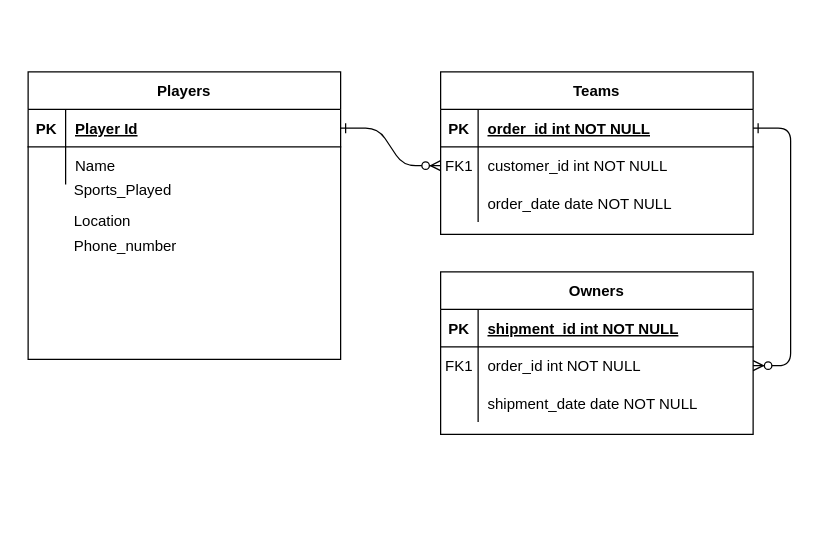
Before: CapstoneERD.drawio in KyWilkinson/CapstoneProject, a draw.io diagram. Source tidied: cells renumbered, new cells numbered last; positions are measured from the earlier drawing's top-left corner, leaving out a move shared by most shapes. Both pictures are drawn from the tidied source at 125%, with x=0, y=0 at pixel (28, 71).
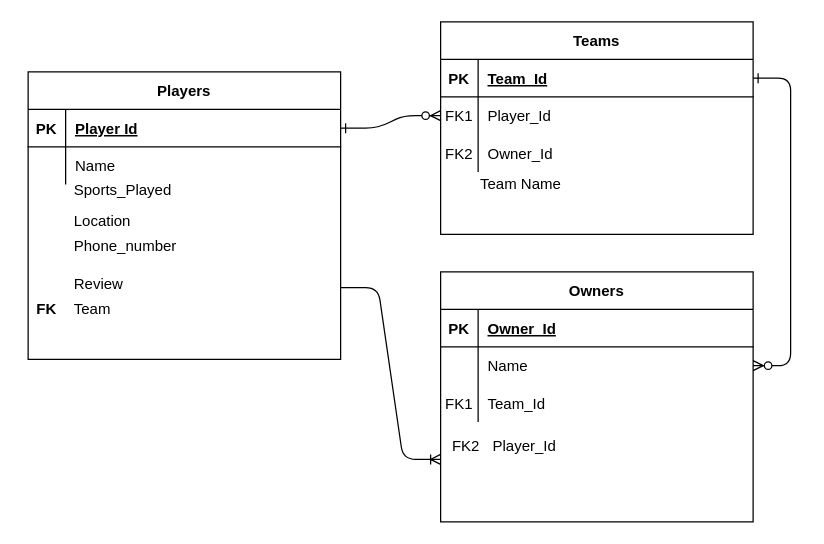
The same diagram, later.

Unchanged cells that the change refers to:
```xml
<mxCell id="5" style="shape=partialRectangle;fillColor=none;points=[[0,0.5],[1,0.5]];portConstraint=eastwest;top=0;left=0;right=0;bottom=1;" parent="4" vertex="1">
  <mxGeometry y="30" width="250" height="30" as="geometry" />
</mxCell>
<mxCell id="8" style="shape=partialRectangle;fillColor=none;points=[[0,0.5],[1,0.5]];portConstraint=eastwest;top=0;left=0;right=0;bottom=0;" parent="4" vertex="1">
  <mxGeometry y="60" width="250" height="30" as="geometry" />
</mxCell>
<mxCell id="11" style="shape=partialRectangle;fillColor=none;top=0;left=0;right=0;bottom=0;" parent="4" vertex="1">
  <mxGeometry y="90" width="250" height="30" as="geometry" />
</mxCell>
<mxCell id="15" style="shape=partialRectangle;fillColor=none;top=0;left=0;right=0;bottom=1;" parent="14" vertex="1">
  <mxGeometry y="30" width="250" height="30" as="geometry" />
</mxCell>
<mxCell id="18" style="shape=partialRectangle;fillColor=none;points=[[0,0.5],[1,0.5]];portConstraint=eastwest;top=0;left=0;right=0;bottom=0;" parent="14" vertex="1">
  <mxGeometry y="60" width="250" height="30" as="geometry" />
</mxCell>
<mxCell id="21" style="shape=partialRectangle;fillColor=none;top=0;left=0;right=0;bottom=0;" parent="14" vertex="1">
  <mxGeometry y="90" width="250" height="30" as="geometry" />
</mxCell>
<mxCell id="24" value="Players" style="shape=table;startSize=30;childLayout=tableLayout;rowLines=0;fontStyle=1;align=center;" parent="1" vertex="1">
  <mxGeometry width="250" height="230" as="geometry" />
</mxCell>
```

Diff of the diagram source:
```diff
@@
     <mxCell id="4" value="Teams" style="shape=table;startSize=30;childLayout=tableLayout;rowLines=0;fontStyle=1;align=center;" parent="1" vertex="1">
-      <mxGeometry x="330" width="250" height="130" as="geometry" />
+      <mxGeometry x="330" y="-40" width="250" height="170" as="geometry" />
     </mxCell>
@@
-    <mxCell id="7" value="order_id int NOT NULL " style="shape=partialRectangle;overflow=hidden;fillColor=none;top=0;left=0;bottom=0;right=0;align=left;spacingLeft=6;fontStyle=5;" parent="5" vertex="1">
+    <mxCell id="7" value="Team_Id" style="shape=partialRectangle;overflow=hidden;fillColor=none;top=0;left=0;bottom=0;right=0;align=left;spacingLeft=6;fontStyle=5;" parent="5" vertex="1">
       <mxGeometry x="30" width="220" height="30" as="geometry" />
     </mxCell>
@@
-    <mxCell id="10" value="customer_id int NOT NULL" style="shape=partialRectangle;overflow=hidden;fillColor=none;top=0;left=0;bottom=0;right=0;align=left;spacingLeft=6;" parent="8" vertex="1">
+    <mxCell id="10" value="Player_Id" style="shape=partialRectangle;overflow=hidden;fillColor=none;top=0;left=0;bottom=0;right=0;align=left;spacingLeft=6;" parent="8" vertex="1">
       <mxGeometry x="30" width="220" height="30" as="geometry" />
     </mxCell>
@@
-    <mxCell id="12" style="shape=partialRectangle;overflow=hidden;fillColor=none;top=0;left=0;bottom=0;right=0;" parent="11" vertex="1">
+    <mxCell id="12" value="FK2" style="shape=partialRectangle;overflow=hidden;fillColor=none;top=0;left=0;bottom=0;right=0;" parent="11" vertex="1">
       <mxGeometry width="30" height="30" as="geometry" />
     </mxCell>
-    <mxCell id="13" value="order_date date NOT NULL" style="shape=partialRectangle;overflow=hidden;fillColor=none;top=0;left=0;bottom=0;right=0;align=left;spacingLeft=6;" parent="11" vertex="1">
+    <mxCell id="13" value="Owner_Id" style="shape=partialRectangle;overflow=hidden;fillColor=none;top=0;left=0;bottom=0;right=0;align=left;spacingLeft=6;" parent="11" vertex="1">
       <mxGeometry x="30" width="220" height="30" as="geometry" />
     </mxCell>
     <mxCell id="14" value="Owners" style="shape=table;startSize=30;childLayout=tableLayout;rowLines=0;fontStyle=1;align=center;" parent="1" vertex="1">
-      <mxGeometry x="330" y="160" width="250" height="130" as="geometry" />
+      <mxGeometry x="330" y="160" width="250" height="200" as="geometry" />
     </mxCell>
@@
-    <mxCell id="17" value="shipment_id int NOT NULL " style="shape=partialRectangle;overflow=hidden;fillColor=none;top=0;left=0;bottom=0;right=0;align=left;spacingLeft=6;fontStyle=5;" parent="15" vertex="1">
+    <mxCell id="17" value="Owner_Id" style="shape=partialRectangle;overflow=hidden;fillColor=none;top=0;left=0;bottom=0;right=0;align=left;spacingLeft=6;fontStyle=5;" parent="15" vertex="1">
       <mxGeometry x="30" width="220" height="30" as="geometry" />
     </mxCell>
@@
-    <mxCell id="19" value="FK1" style="shape=partialRectangle;overflow=hidden;fillColor=none;top=0;left=0;bottom=0;right=0;" parent="18" vertex="1">
+    <mxCell id="19" style="shape=partialRectangle;overflow=hidden;fillColor=none;top=0;left=0;bottom=0;right=0;" parent="18" vertex="1">
       <mxGeometry width="30" height="30" as="geometry" />
     </mxCell>
-    <mxCell id="20" value="order_id int NOT NULL" style="shape=partialRectangle;overflow=hidden;fillColor=none;top=0;left=0;bottom=0;right=0;align=left;spacingLeft=6;" parent="18" vertex="1">
+    <mxCell id="20" value="Name" style="shape=partialRectangle;overflow=hidden;fillColor=none;top=0;left=0;bottom=0;right=0;align=left;spacingLeft=6;" parent="18" vertex="1">
       <mxGeometry x="30" width="220" height="30" as="geometry" />
     </mxCell>
@@
-    <mxCell id="22" style="shape=partialRectangle;overflow=hidden;fillColor=none;top=0;left=0;bottom=0;right=0;" parent="21" vertex="1">
+    <mxCell id="22" value="FK1" style="shape=partialRectangle;overflow=hidden;fillColor=none;top=0;left=0;bottom=0;right=0;" parent="21" vertex="1">
       <mxGeometry width="30" height="30" as="geometry" />
     </mxCell>
-    <mxCell id="23" value="shipment_date date NOT NULL" style="shape=partialRectangle;overflow=hidden;fillColor=none;top=0;left=0;bottom=0;right=0;align=left;spacingLeft=6;" parent="21" vertex="1">
+    <mxCell id="23" value="Team_Id" style="shape=partialRectangle;overflow=hidden;fillColor=none;top=0;left=0;bottom=0;right=0;align=left;spacingLeft=6;" parent="21" vertex="1">
       <mxGeometry x="30" width="220" height="30" as="geometry" />
     </mxCell>
@@
+    <mxCell id="34" value="Review" style="text;html=1;strokeColor=none;fillColor=none;align=left;verticalAlign=middle;whiteSpace=wrap;rounded=0;" parent="1" vertex="1">
+      <mxGeometry x="35" y="160" width="195" height="20" as="geometry" />
+    </mxCell>
+    <mxCell id="35" value="&lt;b&gt;FK&lt;/b&gt;" style="text;html=1;strokeColor=none;fillColor=none;align=center;verticalAlign=middle;whiteSpace=wrap;rounded=0;" parent="1" vertex="1">
+      <mxGeometry x="-5" y="180" width="40" height="20" as="geometry" />
+    </mxCell>
+    <mxCell id="36" value="Team" style="text;html=1;strokeColor=none;fillColor=none;align=left;verticalAlign=middle;whiteSpace=wrap;rounded=0;" parent="1" vertex="1">
+      <mxGeometry x="35" y="180" width="205" height="20" as="geometry" />
+    </mxCell>
+    <mxCell id="37" value="Team Name" style="text;html=1;strokeColor=none;fillColor=none;align=left;verticalAlign=middle;whiteSpace=wrap;rounded=0;" parent="1" vertex="1">
+      <mxGeometry x="360" y="80" width="220" height="20" as="geometry" />
+    </mxCell>
+    <mxCell id="38" style="edgeStyle=entityRelationEdgeStyle;fontSize=12;html=1;endArrow=ERoneToMany;exitX=1;exitY=0.75;exitDx=0;exitDy=0;entryX=0;entryY=0.75;entryDx=0;entryDy=0;" parent="1" edge="1" source="24" target="14">
+      <mxGeometry relative="1" as="geometry" />
+    </mxCell>
+    <mxCell id="39" value="FK2" style="text;html=1;align=center;verticalAlign=middle;" parent="1" vertex="1">
+      <mxGeometry x="330" y="290" width="40" height="20" as="geometry" />
+    </mxCell>
+    <mxCell id="40" value="Player_Id" style="text;html=1;strokeColor=none;fillColor=none;align=left;verticalAlign=middle;whiteSpace=wrap;rounded=0;" parent="1" vertex="1">
+      <mxGeometry x="370" y="290" width="200" height="20" as="geometry" />
+    </mxCell>
```
